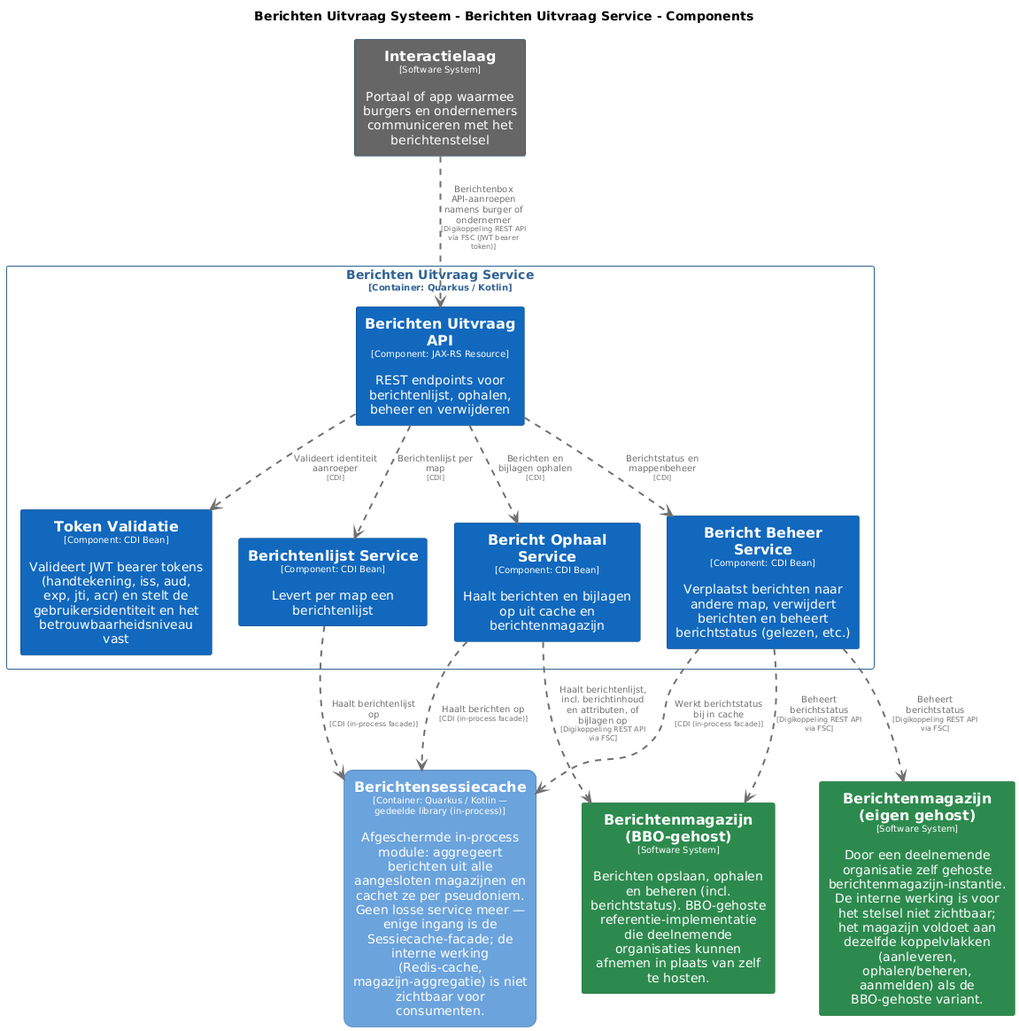
Above: pr-preview/pr-95/master/png/BerichtenUitvraagServiceComponenten.png in MinBZK/moza-poc-fbs-berichtenbox (PlantUML), before the change.
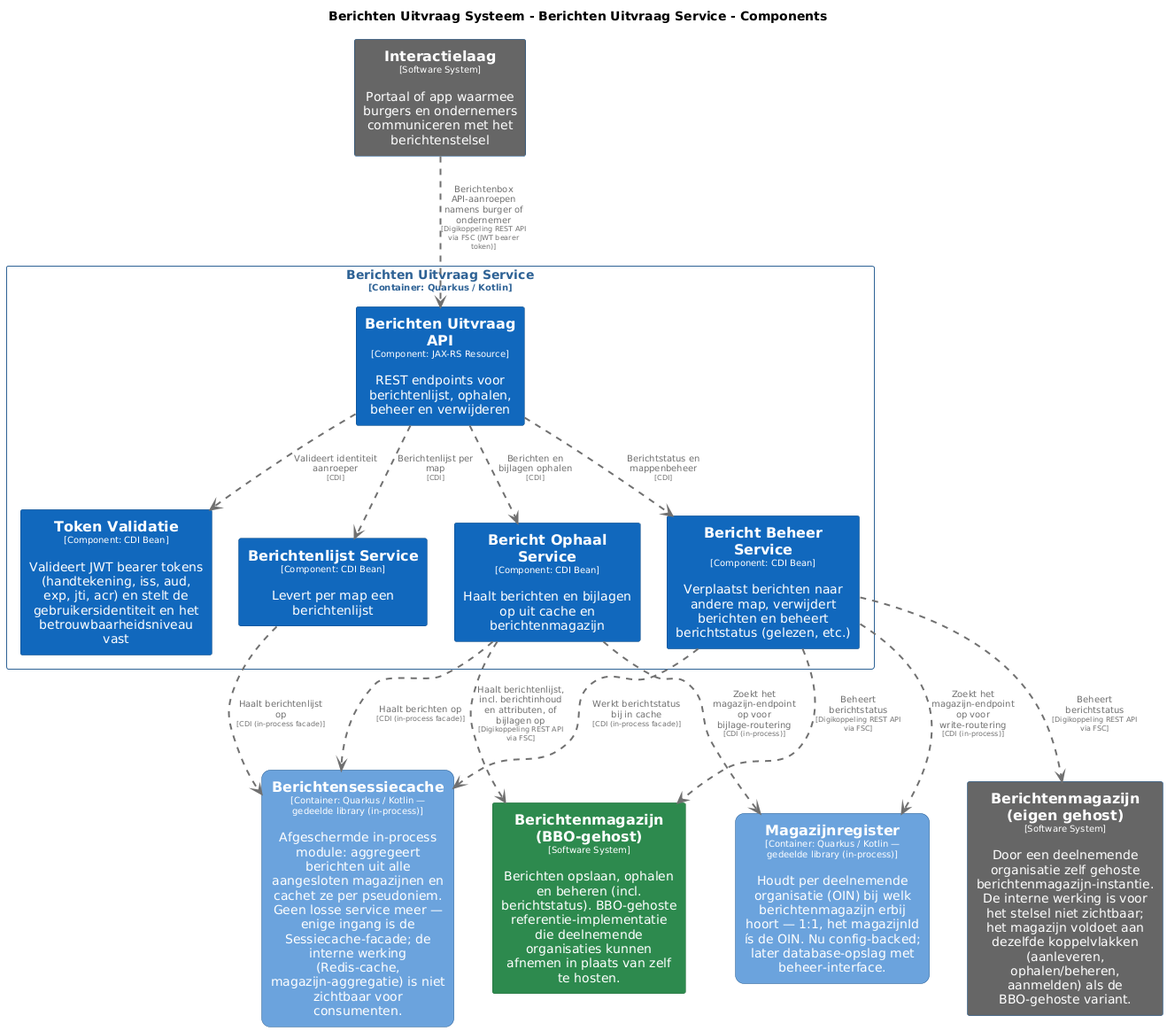
The same file after the commit.

The edit, as a diff of the source:
```diff
@@ -46,9 +46,9 @@
   shadowing false
 }
 skinparam rectangle<<Berichtenmagazijneigengehost>> {
-  BackgroundColor #2d8a4e
+  BackgroundColor #666666
   FontColor #ffffff
-  BorderColor #1e6b38
+  BorderColor #0b4884
   shadowing false
 }
 skinparam rectangle<<BerichtenUitvraagSysteem.Berichtensessiecache>> {
@@ -62,6 +62,13 @@
   BackgroundColor #666666
   FontColor #ffffff
   BorderColor #0b4884
+  shadowing false
+}
+skinparam rectangle<<BerichtenUitvraagSysteem.Magazijnregister>> {
+  BackgroundColor #6ba3dd
+  FontColor #ffffff
+  BorderColor #2e6295
+  roundCorner 20
   shadowing false
 }
 skinparam rectangle<<BerichtenUitvraagSysteem.BerichtenUitvraagService.TokenValidatie>> {
@@ -80,6 +87,7 @@
 rectangle "==Berichtenmagazijn (eigen gehost)\n<size:10>[Software System]</size>\n\nDoor een deelnemende organisatie zelf gehoste berichtenmagazijn-instantie. De interne werking is voor het stelsel niet zichtbaar; het magazijn voldoet aan dezelfde koppelvlakken (aanleveren, ophalen/beheren, aanmelden) als de BBO-gehoste variant." <<Berichtenmagazijneigengehost>> as Berichtenmagazijneigengehost
 rectangle "==Berichtenmagazijn (BBO-gehost)\n<size:10>[Software System]</size>\n\nBerichten opslaan, ophalen en beheren (incl. berichtstatus). BBO-gehoste referentie-implementatie die deelnemende organisaties kunnen afnemen in plaats van zelf te hosten." <<BerichtenmagazijnBBOgehost>> as BerichtenmagazijnBBOgehost
 rectangle "==Berichtensessiecache\n<size:10>[Container: Quarkus / Kotlin — gedeelde library (in-process)]</size>\n\nAfgeschermde in-process module: aggregeert berichten uit alle aangesloten magazijnen en cachet ze per pseudoniem. Geen losse service meer — enige ingang is de Sessiecache-facade; de interne werking (Redis-cache, magazijn-aggregatie) is niet zichtbaar voor consumenten." <<BerichtenUitvraagSysteem.Berichtensessiecache>> as BerichtenUitvraagSysteem.Berichtensessiecache
+rectangle "==Magazijnregister\n<size:10>[Container: Quarkus / Kotlin — gedeelde library (in-process)]</size>\n\nHoudt per deelnemende organisatie (OIN) bij welk berichtenmagazijn erbij hoort — 1:1, het magazijnId ís de OIN. Nu config-backed; later database-opslag met beheer-interface." <<BerichtenUitvraagSysteem.Magazijnregister>> as BerichtenUitvraagSysteem.Magazijnregister
 
 rectangle "Berichten Uitvraag Service\n<size:10>[Container: Quarkus / Kotlin]</size>" <<BerichtenUitvraagSysteem.BerichtenUitvraagService>> {
   rectangle "==Berichten Uitvraag API\n<size:10>[Component: JAX-RS Resource]</size>\n\nREST endpoints voor berichtenlijst, ophalen, beheer en verwijderen" <<BerichtenUitvraagSysteem.BerichtenUitvraagService.BerichtenUitvraagAPI>> as BerichtenUitvraagSysteem.BerichtenUitvraagService.BerichtenUitvraagAPI
@@ -89,6 +97,7 @@
   rectangle "==Bericht Beheer Service\n<size:10>[Component: CDI Bean]</size>\n\nVerplaatst berichten naar andere map, verwijdert berichten en beheert berichtstatus (gelezen, etc.)" <<BerichtenUitvraagSysteem.BerichtenUitvraagService.BerichtBeheerService>> as BerichtenUitvraagSysteem.BerichtenUitvraagService.BerichtBeheerService
 }
 
+BerichtenUitvraagSysteem.BerichtenUitvraagService.BerichtBeheerService .[#707070,thickness=2].> BerichtenmagazijnBBOgehost : "<color:#707070>Beheert berichtstatus\n<color:#707070><size:8>[Digikoppeling REST API via FSC]</size>"
 BerichtenUitvraagSysteem.BerichtenUitvraagService.BerichtBeheerService .[#707070,thickness=2].> Berichtenmagazijneigengehost : "<color:#707070>Beheert berichtstatus\n<color:#707070><size:8>[Digikoppeling REST API via FSC]</size>"
 BerichtenUitvraagSysteem.BerichtenUitvraagService.BerichtenUitvraagAPI .[#707070,thickness=2].> BerichtenUitvraagSysteem.BerichtenUitvraagService.TokenValidatie : "<color:#707070>Valideert identiteit aanroeper\n<color:#707070><size:8>[CDI]</size>"
 BerichtenUitvraagSysteem.BerichtenUitvraagService.BerichtenUitvraagAPI .[#707070,thickness=2].> BerichtenUitvraagSysteem.BerichtenUitvraagService.BerichtenlijstService : "<color:#707070>Berichtenlijst per map\n<color:#707070><size:8>[CDI]</size>"
@@ -97,7 +106,8 @@
 BerichtenUitvraagSysteem.BerichtenUitvraagService.BerichtOphaalService .[#707070,thickness=2].> BerichtenUitvraagSysteem.Berichtensessiecache : "<color:#707070>Haalt berichten op\n<color:#707070><size:8>[CDI (in-process facade)]</size>"
 BerichtenUitvraagSysteem.BerichtenUitvraagService.BerichtenlijstService .[#707070,thickness=2].> BerichtenUitvraagSysteem.Berichtensessiecache : "<color:#707070>Haalt berichtenlijst op\n<color:#707070><size:8>[CDI (in-process facade)]</size>"
 BerichtenUitvraagSysteem.BerichtenUitvraagService.BerichtBeheerService .[#707070,thickness=2].> BerichtenUitvraagSysteem.Berichtensessiecache : "<color:#707070>Werkt berichtstatus bij in cache\n<color:#707070><size:8>[CDI (in-process facade)]</size>"
+BerichtenUitvraagSysteem.BerichtenUitvraagService.BerichtOphaalService .[#707070,thickness=2].> BerichtenUitvraagSysteem.Magazijnregister : "<color:#707070>Zoekt het magazijn-endpoint op voor bijlage-routering\n<color:#707070><size:8>[CDI (in-process)]</size>"
+BerichtenUitvraagSysteem.BerichtenUitvraagService.BerichtBeheerService .[#707070,thickness=2].> BerichtenUitvraagSysteem.Magazijnregister : "<color:#707070>Zoekt het magazijn-endpoint op voor write-routering\n<color:#707070><size:8>[CDI (in-process)]</size>"
 Interactielaag .[#707070,thickness=2].> BerichtenUitvraagSysteem.BerichtenUitvraagService.BerichtenUitvraagAPI : "<color:#707070>Berichtenbox API-aanroepen namens burger of ondernemer\n<color:#707070><size:8>[Digikoppeling REST API via FSC (JWT bearer token)]</size>"
 BerichtenUitvraagSysteem.BerichtenUitvraagService.BerichtOphaalService .[#707070,thickness=2].> BerichtenmagazijnBBOgehost : "<color:#707070>Haalt berichtenlijst, incl. berichtinhoud en attributen, of bijlagen op\n<color:#707070><size:8>[Digikoppeling REST API via FSC]</size>"
-BerichtenUitvraagSysteem.BerichtenUitvraagService.BerichtBeheerService .[#707070,thickness=2].> BerichtenmagazijnBBOgehost : "<color:#707070>Beheert berichtstatus\n<color:#707070><size:8>[Digikoppeling REST API via FSC]</size>"
 @enduml
```
